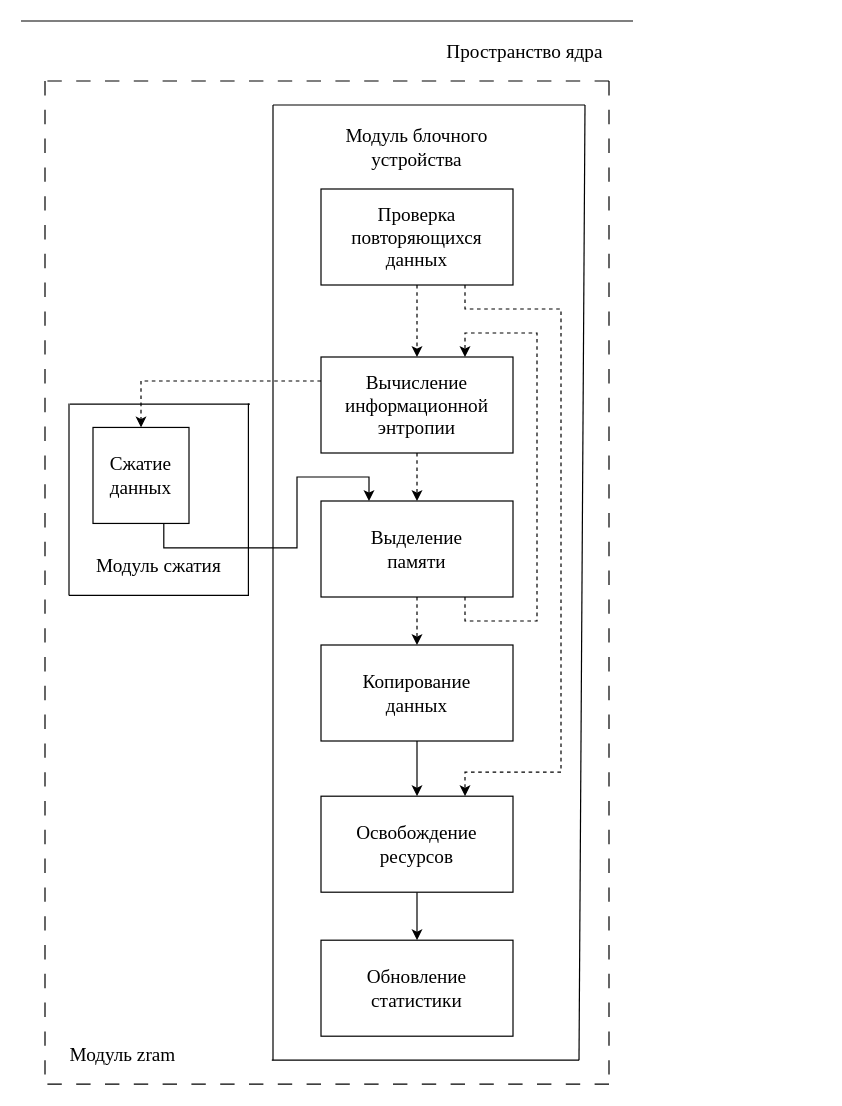
Above: docs/diploma/schemes/structure.drawio in hamzreg/bmstu-diploma (draw.io), before the change. Source tidied: cells renumbered, new cells numbered last; positions are measured from the earlier drawing's top-left corner, leaving out a move shared by most shapes. Both pictures are drawn from the tidied source at 120%, with x=0, y=0 at pixel (20, 20).
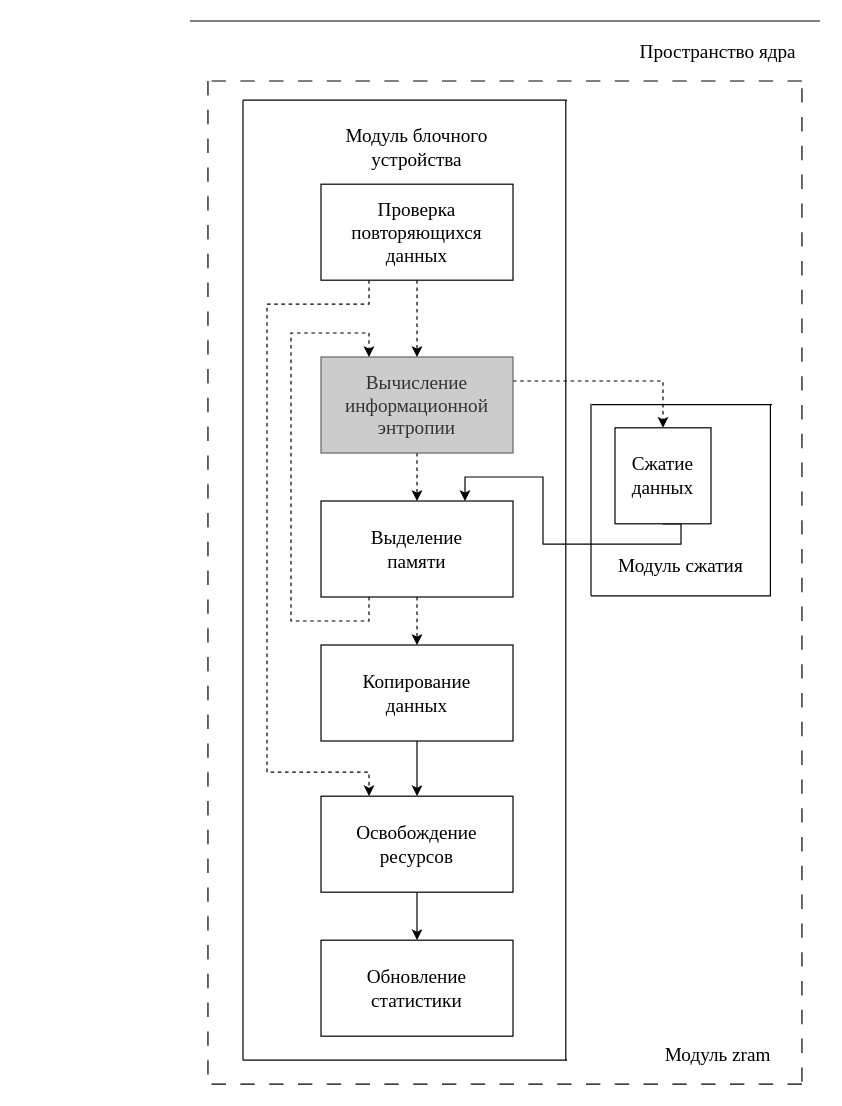
Above is the later version.

The change refers to these unchanged cells:
```xml
<mxCell id="23" value="Копирование&lt;br&gt;данных" style="rounded=0;whiteSpace=wrap;html=1;fontFamily=Times New Roman;fontSize=16;" parent="1" vertex="1">
  <mxGeometry x="250" y="520" width="160" height="80" as="geometry" />
</mxCell>
<mxCell id="26" value="Освобождение&lt;br&gt;ресурсов" style="rounded=0;whiteSpace=wrap;html=1;fontFamily=Times New Roman;fontSize=16;" parent="1" vertex="1">
  <mxGeometry x="250" y="646" width="160" height="80" as="geometry" />
</mxCell>
<mxCell id="29" value="Выделение &lt;br&gt;памяти" style="rounded=0;whiteSpace=wrap;html=1;fontFamily=Times New Roman;fontSize=16;" parent="1" vertex="1">
  <mxGeometry x="250" y="400" width="160" height="80" as="geometry" />
</mxCell>
```

The edit, as a diff of the source:
```diff
@@
     <mxCell id="2" value="Пространство ядра" style="text;html=1;strokeColor=none;fillColor=none;align=center;verticalAlign=middle;whiteSpace=wrap;rounded=0;fontFamily=Times New Roman;fontSize=16;" parent="1" vertex="1">
-      <mxGeometry x="350" y="10" width="140" height="30" as="geometry" />
+      <mxGeometry x="510.8" y="10" width="140" height="30" as="geometry" />
     </mxCell>
     <mxCell id="3" value="Модуль zram" style="text;html=1;strokeColor=none;fillColor=none;align=center;verticalAlign=middle;whiteSpace=wrap;rounded=0;fontFamily=Times New Roman;fontSize=16;" parent="1" vertex="1">
-      <mxGeometry x="35" y="846" width="100" height="30" as="geometry" />
+      <mxGeometry x="530.8" y="846" width="100" height="30" as="geometry" />
     </mxCell>
     <mxCell id="4" style="endArrow=none;dashed=1;html=1;rounded=0;endSize=6;strokeWidth=1;dashPattern=12 12;" parent="1" edge="1">
       <mxGeometry relative="1" as="geometry">
-        <mxPoint x="20" y="50" as="sourcePoint" />
-        <mxPoint x="20" y="880" as="targetPoint" />
+        <mxPoint x="155.8" y="50" as="sourcePoint" />
+        <mxPoint x="155.8" y="880" as="targetPoint" />
       </mxGeometry>
     </mxCell>
     <mxCell id="5" style="endArrow=none;dashed=1;html=1;rounded=0;endSize=6;strokeWidth=1;dashPattern=12 12;" parent="1" edge="1">
       <mxGeometry relative="1" as="geometry">
-        <mxPoint x="490" y="50" as="sourcePoint" />
-        <mxPoint x="20" y="50" as="targetPoint" />
+        <mxPoint x="650.8" y="50" as="sourcePoint" />
+        <mxPoint x="155.8" y="50" as="targetPoint" />
       </mxGeometry>
     </mxCell>
     <mxCell id="6" value="Модуль сжатия" style="text;html=1;strokeColor=none;fillColor=none;align=center;verticalAlign=middle;whiteSpace=wrap;rounded=0;fontFamily=Times New Roman;fontSize=16;" parent="1" vertex="1">
-      <mxGeometry x="60" y="438.7" width="110" height="30" as="geometry" />
+      <mxGeometry x="495" y="439" width="110" height="30" as="geometry" />
     </mxCell>
     <mxCell id="7" style="endArrow=none;html=1;rounded=0;" parent="1" edge="1">
       <mxGeometry relative="1" as="geometry">
-        <mxPoint x="40" y="478.7" as="sourcePoint" />
-        <mxPoint x="40" y="318.7" as="targetPoint" />
+        <mxPoint x="475" y="479" as="sourcePoint" />
+        <mxPoint x="475" y="319" as="targetPoint" />
       </mxGeometry>
     </mxCell>
     <mxCell id="8" style="endArrow=none;html=1;rounded=0;" parent="1" edge="1">
       <mxGeometry relative="1" as="geometry">
-        <mxPoint x="190.8" y="319.3" as="sourcePoint" />
-        <mxPoint x="40.8" y="319.3" as="targetPoint" />
+        <mxPoint x="625.8" y="319.7" as="sourcePoint" />
+        <mxPoint x="475.8" y="319.7" as="targetPoint" />
       </mxGeometry>
     </mxCell>
     <mxCell id="9" style="endArrow=none;html=1;rounded=0;" parent="1" edge="1">
       <mxGeometry relative="1" as="geometry">
-        <mxPoint x="190" y="478.7" as="sourcePoint" />
-        <mxPoint x="40" y="478.7" as="targetPoint" />
+        <mxPoint x="625" y="479" as="sourcePoint" />
+        <mxPoint x="475" y="479" as="targetPoint" />
       </mxGeometry>
     </mxCell>
     <mxCell id="10" style="endArrow=none;html=1;rounded=0;" parent="1" edge="1">
       <mxGeometry relative="1" as="geometry">
-        <mxPoint x="189.5" y="478.7" as="sourcePoint" />
-        <mxPoint x="189.5" y="318.7" as="targetPoint" />
+        <mxPoint x="624.5" y="479" as="sourcePoint" />
+        <mxPoint x="624.5" y="319" as="targetPoint" />
       </mxGeometry>
     </mxCell>
@@
-    <mxCell id="12" style="edgeStyle=orthogonalEdgeStyle;rounded=0;jettySize=auto;html=1;exitX=0;exitY=0.25;exitDx=0;exitDy=0;entryX=0.5;entryY=0;entryDx=0;entryDy=0;dashed=1;" parent="1" edge="1" source="13" target="21">
+    <mxCell id="12" style="edgeStyle=orthogonalEdgeStyle;rounded=0;jettySize=auto;html=1;exitX=1;exitY=0.25;exitDx=0;exitDy=0;entryX=0.5;entryY=0;entryDx=0;entryDy=0;dashed=1;" parent="1" edge="1" source="13" target="21">
       <mxGeometry relative="1" as="geometry" />
     </mxCell>
-    <mxCell id="13" value="Вычисление информационной энтропии" style="rounded=0;whiteSpace=wrap;html=1;fontFamily=Times New Roman;fontSize=16;" parent="1" vertex="1">
+    <mxCell id="13" value="Вычисление информационной энтропии" style="rounded=0;whiteSpace=wrap;html=1;fontFamily=Times New Roman;fontSize=16;labelBackgroundColor=none;fillColor=#CCCCCC;fontColor=#333333;strokeColor=#666666;" parent="1" vertex="1">
       <mxGeometry x="250" y="280" width="160" height="80" as="geometry" />
     </mxCell>
@@
     <mxCell id="15" style="endArrow=none;html=1;rounded=0;" parent="1" edge="1">
       <mxGeometry relative="1" as="geometry">
-        <mxPoint x="510" as="sourcePoint" />
-        <mxPoint as="targetPoint" />
+        <mxPoint x="665.8" as="sourcePoint" />
+        <mxPoint x="140.8" as="targetPoint" />
       </mxGeometry>
     </mxCell>
     <mxCell id="16" style="endArrow=none;html=1;rounded=0;" parent="1" edge="1">
       <mxGeometry relative="1" as="geometry">
-        <mxPoint x="210" y="866" as="sourcePoint" />
-        <mxPoint x="210" y="70" as="targetPoint" />
+        <mxPoint x="185" y="866" as="sourcePoint" />
+        <mxPoint x="185" y="66" as="targetPoint" />
       </mxGeometry>
     </mxCell>
@@
-    <mxCell id="18" style="edgeStyle=orthogonalEdgeStyle;rounded=0;jettySize=auto;html=1;exitX=0.75;exitY=1;exitDx=0;exitDy=0;entryX=0.75;entryY=0;entryDx=0;entryDy=0;dashed=1;" parent="1" edge="1" source="19" target="26">
+    <mxCell id="18" style="edgeStyle=orthogonalEdgeStyle;rounded=0;jettySize=auto;html=1;exitX=0.25;exitY=1;exitDx=0;exitDy=0;entryX=0.25;entryY=0;entryDx=0;entryDy=0;dashed=1;" parent="1" edge="1" source="19" target="26">
       <mxGeometry relative="1" as="geometry">
         <Array as="points">
-          <mxPoint x="370" y="240" />
-          <mxPoint x="450" y="240" />
-          <mxPoint x="450" y="626" />
-          <mxPoint x="370" y="626" />
+          <mxPoint x="290" y="236" />
+          <mxPoint x="205" y="236" />
+          <mxPoint x="205" y="626" />
+          <mxPoint x="290" y="626" />
         </Array>
       </mxGeometry>
     </mxCell>
     <mxCell id="19" value="Проверка повторяющихся&lt;br&gt;данных" style="rounded=0;whiteSpace=wrap;html=1;fontFamily=Times New Roman;fontSize=16;" parent="1" vertex="1">
-      <mxGeometry x="250" y="140" width="160" height="80" as="geometry" />
+      <mxGeometry x="250" y="136" width="160" height="80" as="geometry" />
     </mxCell>
-    <mxCell id="20" style="edgeStyle=orthogonalEdgeStyle;rounded=0;jettySize=auto;html=1;exitX=0.5;exitY=1;exitDx=0;exitDy=0;entryX=0.25;entryY=0;entryDx=0;entryDy=0;" parent="1" edge="1" source="21" target="29">
+    <mxCell id="20" style="edgeStyle=orthogonalEdgeStyle;rounded=0;jettySize=auto;html=1;exitX=0.5;exitY=1;exitDx=0;exitDy=0;entryX=0.75;entryY=0;entryDx=0;entryDy=0;" parent="1" edge="1" source="21" target="29">
       <mxGeometry relative="1" as="geometry">
         <Array as="points">
-          <mxPoint x="119" y="439" />
-          <mxPoint x="230" y="439" />
-          <mxPoint x="230" y="380" />
-          <mxPoint x="290" y="380" />
+          <mxPoint x="550" y="436" />
+          <mxPoint x="435" y="436" />
+          <mxPoint x="435" y="380" />
+          <mxPoint x="370" y="380" />
         </Array>
       </mxGeometry>
     </mxCell>
     <mxCell id="21" value="Сжатие данных" style="rounded=0;whiteSpace=wrap;html=1;fontFamily=Times New Roman;fontSize=16;" parent="1" vertex="1">
-      <mxGeometry x="60" y="338.7" width="80" height="80" as="geometry" />
+      <mxGeometry x="495" y="339" width="80" height="80" as="geometry" />
     </mxCell>
@@
+    <mxCell id="28" style="edgeStyle=orthogonalEdgeStyle;rounded=0;jettySize=auto;html=1;exitX=0.5;exitY=1;exitDx=0;exitDy=0;entryX=0.5;entryY=0;entryDx=0;entryDy=0;dashed=1;" parent="1" edge="1" source="29" target="23">
+      <mxGeometry relative="1" as="geometry" />
+    </mxCell>
-    <mxCell id="27" style="edgeStyle=orthogonalEdgeStyle;rounded=0;jettySize=auto;html=1;exitX=0.75;exitY=1;exitDx=0;exitDy=0;entryX=0.75;entryY=0;entryDx=0;entryDy=0;dashed=1;" parent="1" edge="1" source="29" target="13">
+    <mxCell id="27" style="edgeStyle=orthogonalEdgeStyle;rounded=0;jettySize=auto;html=1;exitX=0.25;exitY=1;exitDx=0;exitDy=0;entryX=0.25;entryY=0;entryDx=0;entryDy=0;dashed=1;" parent="1" edge="1" source="29" target="13">
       <mxGeometry relative="1" as="geometry">
         <Array as="points">
-          <mxPoint x="370" y="500" />
-          <mxPoint x="430" y="500" />
-          <mxPoint x="430" y="260" />
-          <mxPoint x="370" y="260" />
+          <mxPoint x="290" y="500" />
+          <mxPoint x="225" y="500" />
+          <mxPoint x="225" y="260" />
+          <mxPoint x="290" y="260" />
         </Array>
       </mxGeometry>
     </mxCell>
-    <mxCell id="28" style="edgeStyle=orthogonalEdgeStyle;rounded=0;jettySize=auto;html=1;exitX=0.5;exitY=1;exitDx=0;exitDy=0;entryX=0.5;entryY=0;entryDx=0;entryDy=0;dashed=1;" parent="1" edge="1" source="29" target="23">
-      <mxGeometry relative="1" as="geometry" />
-    </mxCell>
@@
-    <mxCell id="30" style="endArrow=none;html=1;rounded=0;" parent="1" edge="1">
-      <mxGeometry relative="1" as="geometry">
-        <mxPoint x="465" y="866" as="sourcePoint" />
-        <mxPoint x="470" y="70" as="targetPoint" />
-      </mxGeometry>
-    </mxCell>
     <mxCell id="31" style="endArrow=none;html=1;rounded=0;" parent="1" edge="1">
       <mxGeometry relative="1" as="geometry">
-        <mxPoint x="470" y="70" as="sourcePoint" />
-        <mxPoint x="210" y="70" as="targetPoint" />
+        <mxPoint x="455" y="66" as="sourcePoint" />
+        <mxPoint x="185" y="66" as="targetPoint" />
       </mxGeometry>
     </mxCell>
     <mxCell id="32" style="endArrow=none;html=1;rounded=0;" parent="1" edge="1">
       <mxGeometry relative="1" as="geometry">
-        <mxPoint x="465" y="866" as="sourcePoint" />
-        <mxPoint x="209" y="866" as="targetPoint" />
+        <mxPoint x="455" y="866" as="sourcePoint" />
+        <mxPoint x="185" y="866" as="targetPoint" />
       </mxGeometry>
     </mxCell>
     <mxCell id="33" style="endArrow=none;dashed=1;html=1;rounded=0;endSize=6;strokeWidth=1;dashPattern=12 12;" parent="1" edge="1">
       <mxGeometry relative="1" as="geometry">
-        <mxPoint x="490" y="886" as="sourcePoint" />
-        <mxPoint x="20" y="886" as="targetPoint" />
+        <mxPoint x="650.8" y="886" as="sourcePoint" />
+        <mxPoint x="155.8" y="886" as="targetPoint" />
       </mxGeometry>
     </mxCell>
     <mxCell id="34" style="endArrow=none;dashed=1;html=1;rounded=0;endSize=6;strokeWidth=1;dashPattern=12 12;" parent="1" edge="1">
       <mxGeometry relative="1" as="geometry">
-        <mxPoint x="490" y="50" as="sourcePoint" />
-        <mxPoint x="490" y="880" as="targetPoint" />
+        <mxPoint x="650.8" y="56" as="sourcePoint" />
+        <mxPoint x="650.8" y="886" as="targetPoint" />
       </mxGeometry>
     </mxCell>
+    <mxCell id="35" style="endArrow=none;html=1;rounded=0;" parent="1" edge="1">
+      <mxGeometry relative="1" as="geometry">
+        <mxPoint x="454" y="866" as="sourcePoint" />
+        <mxPoint x="454" y="66" as="targetPoint" />
+      </mxGeometry>
+    </mxCell>
```
